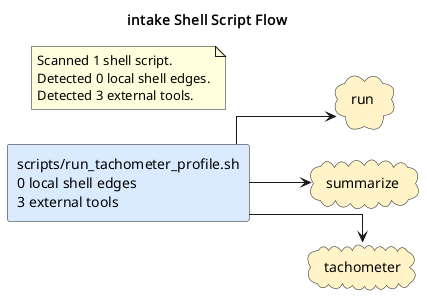
casonk/intake keeps this PlantUML diagram as docs/diagrams/shell-call-graph.puml.png. Above is the earlier version. Its diagram source:
```plantuml
@startuml
title intake Shell Script Flow
left to right direction
skinparam shadowing false
skinparam defaultFontName Monospace
skinparam componentStyle rectangle
skinparam linetype ortho
rectangle "scripts/run_tachometer_profile.sh\n0 local shell edges\n3 external tools" as shell_scripts_run_tachometer_profile_sh #DBEAFE
cloud "run" as tool_run #FEF3C7
cloud "summarize" as tool_summarize #FEF3C7
cloud "tachometer" as tool_tachometer #FEF3C7
shell_scripts_run_tachometer_profile_sh --> tool_run
shell_scripts_run_tachometer_profile_sh --> tool_summarize
shell_scripts_run_tachometer_profile_sh --> tool_tachometer
note as shellGraphSummary
Scanned 1 shell script.
Detected 0 local shell edges.
Detected 3 external tools.
end note
@enduml
```
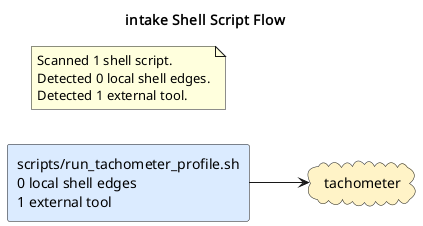
Later version of the same file.

The edit, as a diff of the source:
```diff
@@ -5,16 +5,12 @@
 skinparam defaultFontName Monospace
 skinparam componentStyle rectangle
 skinparam linetype ortho
-rectangle "scripts/run_tachometer_profile.sh\n0 local shell edges\n3 external tools" as shell_scripts_run_tachometer_profile_sh #DBEAFE
-cloud "run" as tool_run #FEF3C7
-cloud "summarize" as tool_summarize #FEF3C7
+rectangle "scripts/run_tachometer_profile.sh\n0 local shell edges\n1 external tool" as shell_scripts_run_tachometer_profile_sh #DBEAFE
 cloud "tachometer" as tool_tachometer #FEF3C7
-shell_scripts_run_tachometer_profile_sh --> tool_run
-shell_scripts_run_tachometer_profile_sh --> tool_summarize
 shell_scripts_run_tachometer_profile_sh --> tool_tachometer
 note as shellGraphSummary
 Scanned 1 shell script.
 Detected 0 local shell edges.
-Detected 3 external tools.
+Detected 1 external tool.
 end note
 @enduml
```
